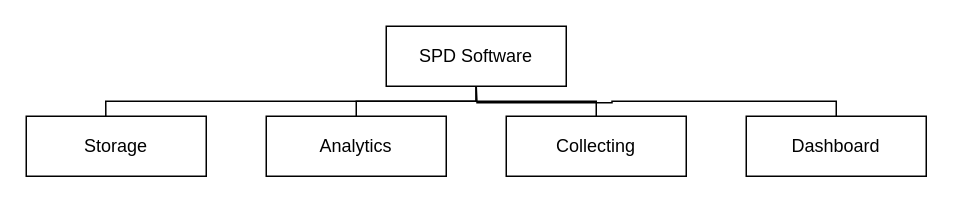
The draw.io diagram PM/WBS.drawio in seraogianluca/IR2, before the edit. Source tidied: cells renumbered, new cells numbered last; positions are measured from the earlier drawing's top-left corner, leaving out a move shared by most shapes. Both pictures are drawn from the tidied source at 150%, with x=0, y=0 at pixel (26, 26).
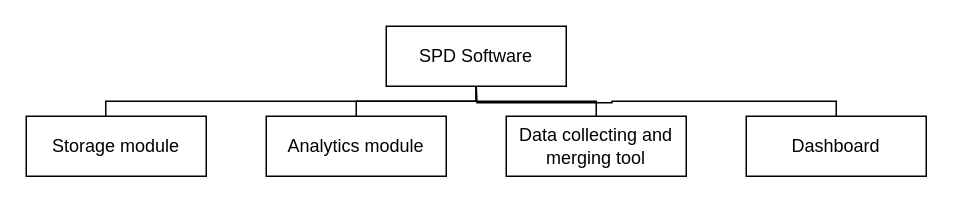
The same diagram, later.

Diff of the diagram source:
```diff
@@
 <mxGraphModel>
   <root>
     <mxCell id="0" />
     <mxCell id="1" parent="0" />
     <mxCell id="2" value="SPD Software" style="rounded=0;whiteSpace=wrap;html=1;" parent="1" vertex="1">
       <mxGeometry x="240" width="120" height="40" as="geometry" />
     </mxCell>
-    <mxCell id="3" value="Storage" style="rounded=0;whiteSpace=wrap;html=1;" parent="1" vertex="1">
+    <mxCell id="3" value="Storage module" style="rounded=0;whiteSpace=wrap;html=1;" parent="1" vertex="1">
       <mxGeometry y="60" width="120" height="40" as="geometry" />
     </mxCell>
-    <mxCell id="4" value="Analytics" style="rounded=0;whiteSpace=wrap;html=1;" parent="1" vertex="1">
+    <mxCell id="4" value="Analytics module" style="rounded=0;whiteSpace=wrap;html=1;" parent="1" vertex="1">
       <mxGeometry x="160" y="60" width="120" height="40" as="geometry" />
     </mxCell>
     <mxCell id="5" value="Dashboard" style="rounded=0;whiteSpace=wrap;html=1;" parent="1" vertex="1">
       <mxGeometry x="480" y="60" width="120" height="40" as="geometry" />
     </mxCell>
-    <mxCell id="6" value="Collecting" style="rounded=0;whiteSpace=wrap;html=1;" parent="1" vertex="1">
+    <mxCell id="6" value="Data collecting and merging tool" style="rounded=0;whiteSpace=wrap;html=1;" parent="1" vertex="1">
       <mxGeometry x="320" y="60" width="120" height="40" as="geometry" />
     </mxCell>
     <mxCell id="7" style="endArrow=none;html=1;exitX=0.442;exitY=0;exitDx=0;exitDy=0;exitPerimeter=0;entryX=0.5;entryY=1;entryDx=0;entryDy=0;edgeStyle=orthogonalEdgeStyle;rounded=0;" parent="1" edge="1" source="3" target="2">
       <mxGeometry relative="1" as="geometry" />
     </mxCell>
     <mxCell id="8" style="endArrow=none;html=1;entryX=0.5;entryY=1;entryDx=0;entryDy=0;exitX=0.5;exitY=0;exitDx=0;exitDy=0;edgeStyle=orthogonalEdgeStyle;rounded=0;" parent="1" edge="1" source="4" target="2">
       <mxGeometry relative="1" as="geometry" />
     </mxCell>
     <mxCell id="9" style="endArrow=none;html=1;entryX=0.5;entryY=1;entryDx=0;entryDy=0;exitX=0.5;exitY=0;exitDx=0;exitDy=0;edgeStyle=orthogonalEdgeStyle;rounded=0;" parent="1" edge="1" source="6" target="2">
       <mxGeometry relative="1" as="geometry" />
     </mxCell>
     <mxCell id="10" style="endArrow=none;html=1;exitX=0.5;exitY=0;exitDx=0;exitDy=0;edgeStyle=orthogonalEdgeStyle;rounded=0;" parent="1" edge="1" source="5">
       <mxGeometry relative="1" as="geometry">
         <mxPoint x="300" y="40" as="targetPoint" />
       </mxGeometry>
     </mxCell>
   </root>
 </mxGraphModel>
```
